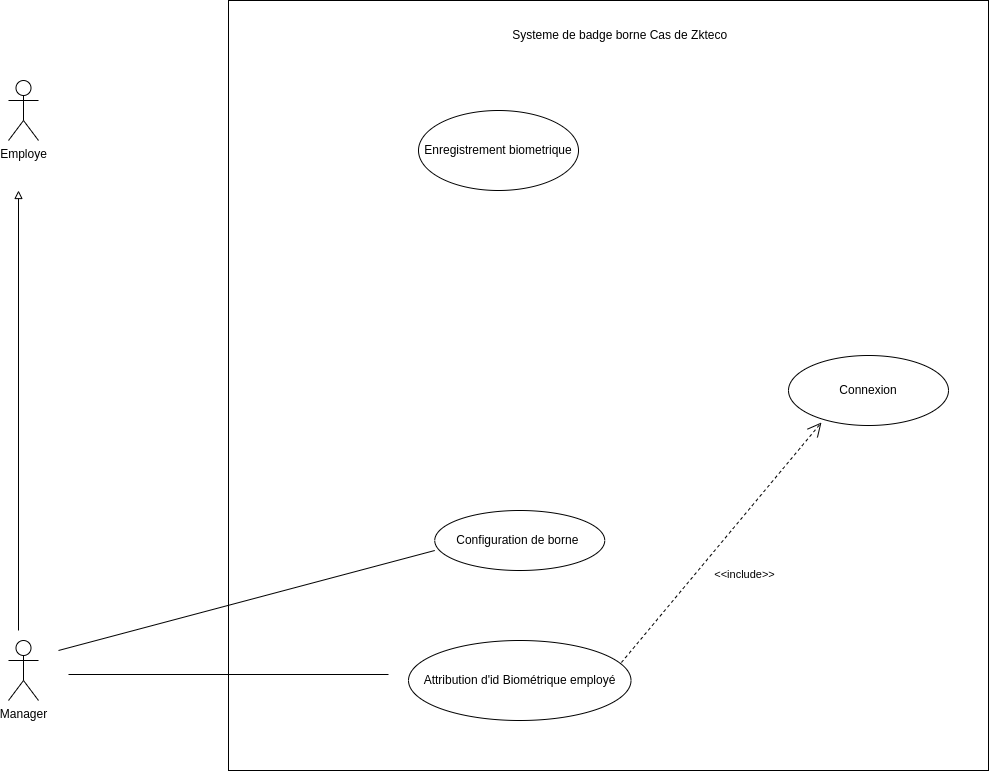
Above: static/UsecaseZkteco.drawio.png in Siluearsene/borne_biometrique (draw.io), before the change. Source tidied: cells renumbered, new cells last; positions are measured from the earlier drawing's top-left corner, leaving out a move shared by most shapes.
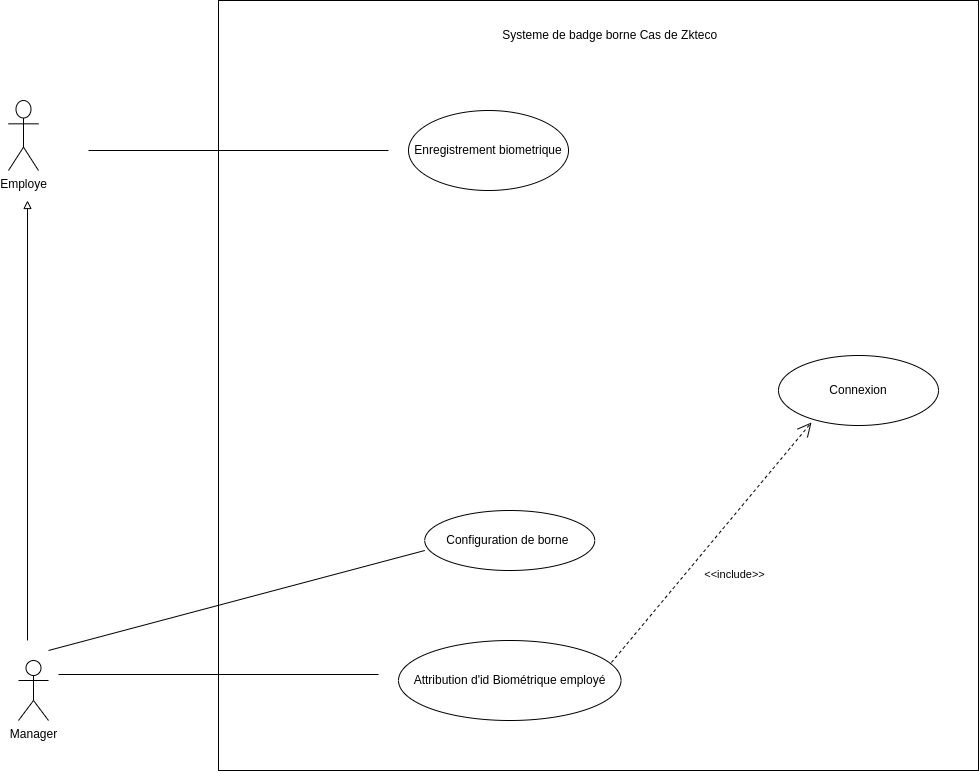
After the change.

Commit message:
Mettre à jour UsecaseZkteco.drawio.png

Diff of the diagram source:
```diff
@@ -3,10 +3,10 @@
     <mxCell id="0" />
     <mxCell id="1" parent="0" />
     <mxCell id="2" value="Employe" style="shape=umlActor;verticalLabelPosition=bottom;verticalAlign=top;html=1;" parent="1" vertex="1">
-      <mxGeometry y="80" width="30" height="60" as="geometry" />
+      <mxGeometry x="10" y="100" width="30" height="70" as="geometry" />
     </mxCell>
     <mxCell id="3" value="Manager" style="shape=umlActor;verticalLabelPosition=bottom;verticalAlign=top;html=1;" parent="1" vertex="1">
-      <mxGeometry y="640" width="30" height="60" as="geometry" />
+      <mxGeometry x="20" y="660" width="30" height="60" as="geometry" />
     </mxCell>
     <mxCell id="4" style="rounded=0;whiteSpace=wrap;html=1;" parent="1" vertex="1">
       <mxGeometry x="220" width="760" height="770" as="geometry" />
@@ -16,8 +16,8 @@
     </mxCell>
     <mxCell id="6" style="endArrow=block;html=1;rounded=0;endFill=0;" parent="1" edge="1">
       <mxGeometry relative="1" as="geometry">
-        <mxPoint x="10" y="630" as="sourcePoint" />
-        <mxPoint x="10" y="190" as="targetPoint" />
+        <mxPoint x="29" y="640" as="sourcePoint" />
+        <mxPoint x="29" y="200" as="targetPoint" />
       </mxGeometry>
     </mxCell>
     <mxCell id="7" value="Configuration de borne&amp;nbsp;" style="ellipse;whiteSpace=wrap;html=1;" parent="1" vertex="1">
@@ -49,5 +49,8 @@
         <mxPoint x="426.2" y="550" as="targetPoint" />
       </mxGeometry>
     </mxCell>
+    <mxCell id="15" style="line;strokeWidth=1;fillColor=none;align=left;verticalAlign=middle;spacingTop=-1;spacingLeft=3;spacingRight=3;labelPosition=right;strokeColor=inherit;" parent="1" vertex="1">
+      <mxGeometry x="90" y="146" width="300" height="8" as="geometry" />
+    </mxCell>
   </root>
 </mxGraphModel>
```
